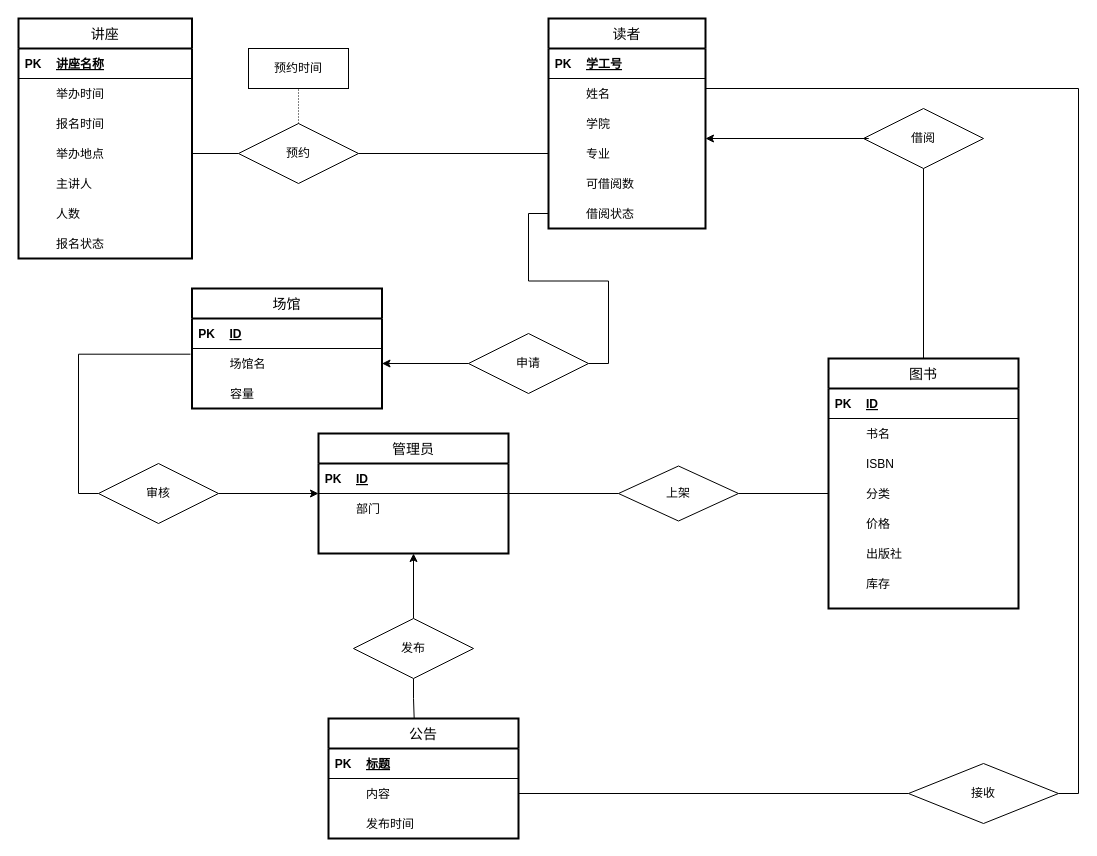
This is DATABASE/Untitled Diagram.drawio from vvvviolet/draw, a draw.io file, before an edit. Source tidied: cells renumbered, new cells numbered last; positions are measured from the earlier drawing's top-left corner, leaving out a move shared by most shapes. Both pictures are drawn from the tidied source at 100%, with x=0, y=0 at pixel (18, 18).
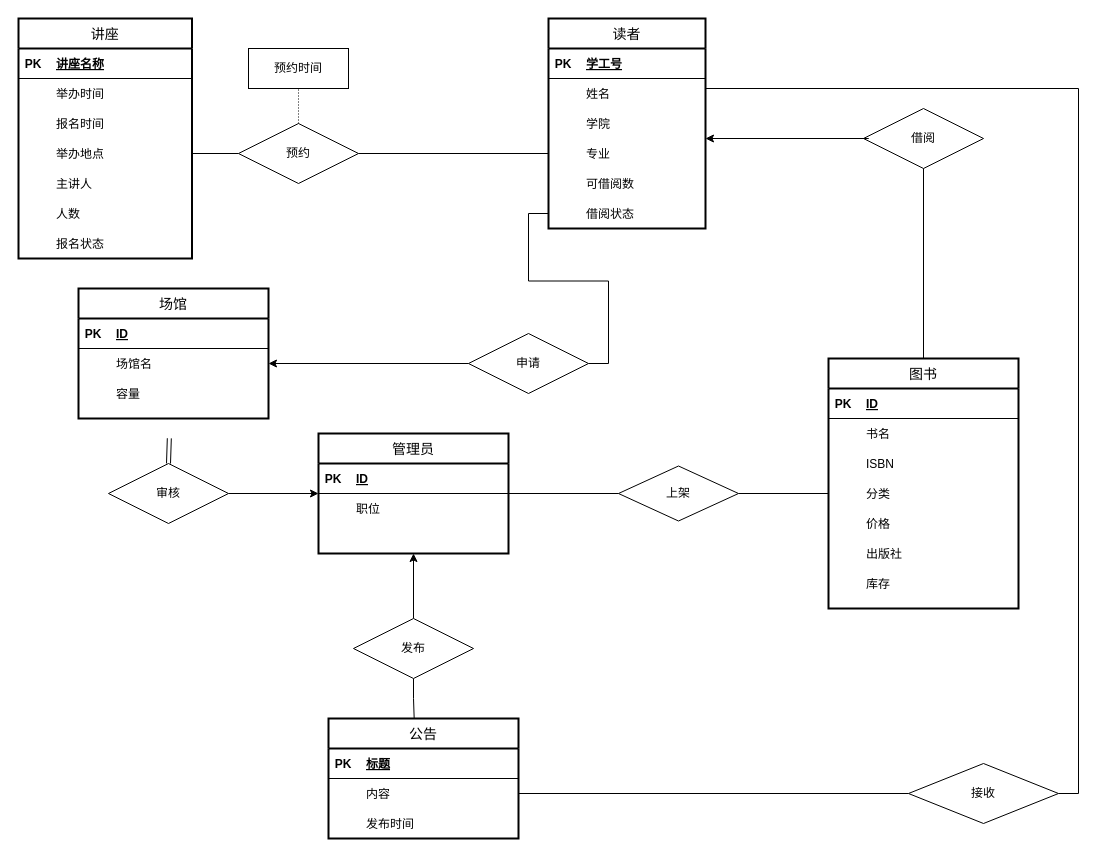
After the change.

The change refers to these unchanged cells:
```xml
<mxCell id="86" style="shape=tableRow;horizontal=0;startSize=0;swimlaneHead=0;swimlaneBody=0;fillColor=none;top=0;left=0;right=0;bottom=0;rounded=0;" parent="82" vertex="1">
  <mxGeometry y="30" width="190" height="30" as="geometry" />
</mxCell>
<mxCell id="110" style="shape=tableRow;horizontal=0;startSize=0;swimlaneHead=0;swimlaneBody=0;fillColor=none;points=[[0,0.5],[1,0.5]];portConstraint=eastwest;top=0;left=0;right=0;bottom=0;rounded=0;" parent="106" vertex="1">
  <mxGeometry y="30" width="190" height="30" as="geometry" />
</mxCell>
```

The edit, as a diff of the source:
```diff
@@
-    <mxCell id="88" value="部门" style="shape=partialRectangle;fillColor=none;top=0;left=0;bottom=0;right=0;align=left;spacingLeft=6;overflow=hidden;rounded=0;" parent="86" vertex="1">
+    <mxCell id="88" value="职位" style="shape=partialRectangle;fillColor=none;top=0;left=0;bottom=0;right=0;align=left;spacingLeft=6;overflow=hidden;rounded=0;" parent="86" vertex="1">
       <mxGeometry x="30" width="160" height="30" as="geometry" />
     </mxCell>
@@
-    <mxCell id="92" style="edgeStyle=orthogonalEdgeStyle;rounded=0;jettySize=auto;html=1;exitX=0;exitY=0.5;exitDx=0;exitDy=0;entryX=-0.008;entryY=0.19;entryDx=0;entryDy=0;entryPerimeter=0;startArrow=none;startFill=0;endArrow=none;endFill=0;" parent="1" edge="1" source="93" target="110">
-      <mxGeometry relative="1" as="geometry" />
-    </mxCell>
     <mxCell id="93" value="审核" style="shape=rhombus;perimeter=rhombusPerimeter;whiteSpace=wrap;html=1;align=center;rounded=0;" parent="1" vertex="1">
-      <mxGeometry x="80" y="445" width="120" height="60" as="geometry" />
+      <mxGeometry x="90" y="445" width="120" height="60" as="geometry" />
     </mxCell>
@@
     <mxCell id="105" value="场馆" style="swimlane;horizontal=1;startSize=30;rounded=0;fontSize=14;fontStyle=0;strokeWidth=2;shadow=0;dashed=0;align=center;arcSize=40;" parent="1" vertex="1">
-      <mxGeometry x="173.5" y="270" width="190" height="120" as="geometry" />
+      <mxGeometry x="60" y="270" width="190" height="130" as="geometry" />
     </mxCell>
     <mxCell id="106" style="shape=table;startSize=0;childLayout=tableLayout;rowLines=0;fontStyle=0;align=center;strokeColor=none;fillColor=none;rounded=0;" parent="105" vertex="1">
-      <mxGeometry y="30" width="190" height="90" as="geometry" />
+      <mxGeometry y="30" width="190" height="120" as="geometry" />
     </mxCell>
@@
+    <mxCell id="120" style="shape=tableRow;horizontal=0;startSize=0;swimlaneHead=0;swimlaneBody=0;fillColor=none;top=0;left=0;right=0;bottom=0;rounded=0;" parent="106" vertex="1">
+      <mxGeometry y="60" width="190" height="30" as="geometry" />
+    </mxCell>
+    <mxCell id="121" style="shape=partialRectangle;fillColor=none;top=0;left=0;bottom=0;right=0;overflow=hidden;rounded=0;" parent="120" vertex="1">
+      <mxGeometry width="30" height="30" as="geometry" />
+    </mxCell>
+    <mxCell id="122" value="容量" style="shape=partialRectangle;fillColor=none;top=0;left=0;bottom=0;right=0;align=left;spacingLeft=6;overflow=hidden;rounded=0;" parent="120" vertex="1">
+      <mxGeometry x="30" width="160" height="30" as="geometry" />
+    </mxCell>
     <mxCell id="113" style="shape=tableRow;horizontal=0;startSize=0;swimlaneHead=0;swimlaneBody=0;fillColor=none;points=[[0,0.5],[1,0.5]];portConstraint=eastwest;top=0;left=0;right=0;bottom=0;rounded=0;" parent="106" vertex="1">
-      <mxGeometry y="60" width="190" height="30" as="geometry" />
+      <mxGeometry y="90" width="190" height="30" as="geometry" />
     </mxCell>
@@
-    <mxCell id="119" style="shape=table;startSize=0;childLayout=tableLayout;rowLines=0;fontStyle=0;align=center;strokeColor=none;fillColor=none;rounded=0;" parent="1" vertex="1">
-      <mxGeometry x="174" y="360" width="180" height="30" as="geometry" />
-    </mxCell>
-    <mxCell id="120" style="shape=tableRow;horizontal=0;startSize=0;swimlaneHead=0;swimlaneBody=0;fillColor=none;top=0;left=0;right=0;bottom=0;rounded=0;" parent="119" vertex="1">
-      <mxGeometry width="180" height="30" as="geometry" />
-    </mxCell>
-    <mxCell id="121" style="shape=partialRectangle;fillColor=none;top=0;left=0;bottom=0;right=0;overflow=hidden;rounded=0;" parent="120" vertex="1">
-      <mxGeometry width="30" height="30" as="geometry" />
-    </mxCell>
-    <mxCell id="122" value="容量" style="shape=partialRectangle;fillColor=none;top=0;left=0;bottom=0;right=0;align=left;spacingLeft=6;overflow=hidden;rounded=0;" parent="120" vertex="1">
-      <mxGeometry x="30" width="150" height="30" as="geometry" />
-    </mxCell>
@@
+    <mxCell id="126" style="shape=link;html=1;rounded=0;exitX=0.478;exitY=0.993;exitDx=0;exitDy=0;exitPerimeter=0;entryX=0.5;entryY=0;entryDx=0;entryDy=0;" parent="1" edge="1" source="113" target="93">
+      <mxGeometry relative="1" as="geometry" />
+    </mxCell>
+    <mxCell id="127" style="html=1;align=right;verticalAlign=bottom;" parent="126" vertex="1">
+      <mxGeometry x="1" relative="1" as="geometry" />
+    </mxCell>
```
